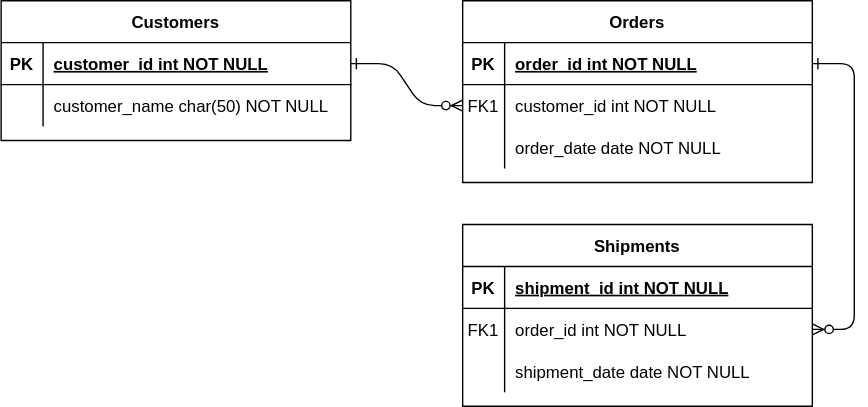
This is document/project-board-erd.svg from Leekidong1/board-project, a draw.io export, as it was before one commit. Source tidied: cells renumbered, new cells last; positions are measured from the earlier drawing's top-left corner, leaving out a move shared by most shapes. Its diagram source:
```xml
<mxGraphModel>
  <root>
    <mxCell id="0" />
    <mxCell id="1" parent="0" />
    <mxCell id="2" style="edgeStyle=entityRelationEdgeStyle;endArrow=ERzeroToMany;startArrow=ERone;endFill=1;startFill=0;" parent="1" edge="1" source="25" target="8">
      <mxGeometry relative="1" as="geometry" />
    </mxCell>
    <mxCell id="3" style="edgeStyle=entityRelationEdgeStyle;endArrow=ERzeroToMany;startArrow=ERone;endFill=1;startFill=0;" parent="1" edge="1" source="5" target="18">
      <mxGeometry relative="1" as="geometry" />
    </mxCell>
    <mxCell id="4" value="Orders" style="shape=table;startSize=30;rowLines=0;fontStyle=1;align=center;" parent="1" vertex="1">
      <mxGeometry x="330" width="250" height="130" as="geometry" />
    </mxCell>
    <mxCell id="5" style="shape=partialRectangle;fillColor=none;points=[[0,0.5],[1,0.5]];portConstraint=eastwest;top=0;left=0;right=0;bottom=1;" parent="4" vertex="1">
      <mxGeometry y="30" width="250" height="30" as="geometry" />
    </mxCell>
    <mxCell id="6" value="PK" style="shape=partialRectangle;overflow=hidden;fillColor=none;top=0;left=0;bottom=0;right=0;fontStyle=1;" parent="5" vertex="1">
      <mxGeometry width="30" height="30" as="geometry" />
    </mxCell>
    <mxCell id="7" value="order_id int NOT NULL " style="shape=partialRectangle;overflow=hidden;fillColor=none;top=0;left=0;bottom=0;right=0;align=left;spacingLeft=6;fontStyle=5;" parent="5" vertex="1">
      <mxGeometry x="30" width="220" height="30" as="geometry" />
    </mxCell>
    <mxCell id="8" style="shape=partialRectangle;fillColor=none;points=[[0,0.5],[1,0.5]];portConstraint=eastwest;top=0;left=0;right=0;bottom=0;" parent="4" vertex="1">
      <mxGeometry y="60" width="250" height="30" as="geometry" />
    </mxCell>
    <mxCell id="9" value="FK1" style="shape=partialRectangle;overflow=hidden;fillColor=none;top=0;left=0;bottom=0;right=0;" parent="8" vertex="1">
      <mxGeometry width="30" height="30" as="geometry" />
    </mxCell>
    <mxCell id="10" value="customer_id int NOT NULL" style="shape=partialRectangle;overflow=hidden;fillColor=none;top=0;left=0;bottom=0;right=0;align=left;spacingLeft=6;" parent="8" vertex="1">
      <mxGeometry x="30" width="220" height="30" as="geometry" />
    </mxCell>
    <mxCell id="11" style="shape=partialRectangle;fillColor=none;top=0;left=0;right=0;bottom=0;" parent="4" vertex="1">
      <mxGeometry y="90" width="250" height="30" as="geometry" />
    </mxCell>
    <mxCell id="12" style="shape=partialRectangle;overflow=hidden;fillColor=none;top=0;left=0;bottom=0;right=0;" parent="11" vertex="1">
      <mxGeometry width="30" height="30" as="geometry" />
    </mxCell>
    <mxCell id="13" value="order_date date NOT NULL" style="shape=partialRectangle;overflow=hidden;fillColor=none;top=0;left=0;bottom=0;right=0;align=left;spacingLeft=6;" parent="11" vertex="1">
      <mxGeometry x="30" width="220" height="30" as="geometry" />
    </mxCell>
    <mxCell id="14" value="Shipments" style="shape=table;startSize=30;rowLines=0;fontStyle=1;align=center;" parent="1" vertex="1">
      <mxGeometry x="330" y="160" width="250" height="130" as="geometry" />
    </mxCell>
    <mxCell id="15" style="shape=partialRectangle;fillColor=none;top=0;left=0;right=0;bottom=1;" parent="14" vertex="1">
      <mxGeometry y="30" width="250" height="30" as="geometry" />
    </mxCell>
    <mxCell id="16" value="PK" style="shape=partialRectangle;overflow=hidden;fillColor=none;top=0;left=0;bottom=0;right=0;fontStyle=1;" parent="15" vertex="1">
      <mxGeometry width="30" height="30" as="geometry" />
    </mxCell>
    <mxCell id="17" value="shipment_id int NOT NULL " style="shape=partialRectangle;overflow=hidden;fillColor=none;top=0;left=0;bottom=0;right=0;align=left;spacingLeft=6;fontStyle=5;" parent="15" vertex="1">
      <mxGeometry x="30" width="220" height="30" as="geometry" />
    </mxCell>
    <mxCell id="18" style="shape=partialRectangle;fillColor=none;points=[[0,0.5],[1,0.5]];portConstraint=eastwest;top=0;left=0;right=0;bottom=0;" parent="14" vertex="1">
      <mxGeometry y="60" width="250" height="30" as="geometry" />
    </mxCell>
    <mxCell id="19" value="FK1" style="shape=partialRectangle;overflow=hidden;fillColor=none;top=0;left=0;bottom=0;right=0;" parent="18" vertex="1">
      <mxGeometry width="30" height="30" as="geometry" />
    </mxCell>
    <mxCell id="20" value="order_id int NOT NULL" style="shape=partialRectangle;overflow=hidden;fillColor=none;top=0;left=0;bottom=0;right=0;align=left;spacingLeft=6;" parent="18" vertex="1">
      <mxGeometry x="30" width="220" height="30" as="geometry" />
    </mxCell>
    <mxCell id="21" style="shape=partialRectangle;fillColor=none;top=0;left=0;right=0;bottom=0;" parent="14" vertex="1">
      <mxGeometry y="90" width="250" height="30" as="geometry" />
    </mxCell>
    <mxCell id="22" style="shape=partialRectangle;overflow=hidden;fillColor=none;top=0;left=0;bottom=0;right=0;" parent="21" vertex="1">
      <mxGeometry width="30" height="30" as="geometry" />
    </mxCell>
    <mxCell id="23" value="shipment_date date NOT NULL" style="shape=partialRectangle;overflow=hidden;fillColor=none;top=0;left=0;bottom=0;right=0;align=left;spacingLeft=6;" parent="21" vertex="1">
      <mxGeometry x="30" width="220" height="30" as="geometry" />
    </mxCell>
    <mxCell id="24" value="Customers" style="shape=table;startSize=30;rowLines=0;fontStyle=1;align=center;" parent="1" vertex="1">
      <mxGeometry width="250" height="100" as="geometry" />
    </mxCell>
    <mxCell id="25" style="shape=partialRectangle;fillColor=none;points=[[0,0.5],[1,0.5]];portConstraint=eastwest;top=0;left=0;right=0;bottom=1;" parent="24" vertex="1">
      <mxGeometry y="30" width="250" height="30" as="geometry" />
    </mxCell>
    <mxCell id="26" value="PK" style="shape=partialRectangle;overflow=hidden;fillColor=none;top=0;left=0;bottom=0;right=0;fontStyle=1;" parent="25" vertex="1">
      <mxGeometry width="30" height="30" as="geometry" />
    </mxCell>
    <mxCell id="27" value="customer_id int NOT NULL " style="shape=partialRectangle;overflow=hidden;fillColor=none;top=0;left=0;bottom=0;right=0;align=left;spacingLeft=6;fontStyle=5;" parent="25" vertex="1">
      <mxGeometry x="30" width="220" height="30" as="geometry" />
    </mxCell>
    <mxCell id="28" style="shape=partialRectangle;fillColor=none;top=0;left=0;right=0;bottom=0;" parent="24" vertex="1">
      <mxGeometry y="60" width="250" height="30" as="geometry" />
    </mxCell>
    <mxCell id="29" style="shape=partialRectangle;overflow=hidden;fillColor=none;top=0;left=0;bottom=0;right=0;" parent="28" vertex="1">
      <mxGeometry width="30" height="30" as="geometry" />
    </mxCell>
    <mxCell id="30" value="customer_name char(50) NOT NULL" style="shape=partialRectangle;overflow=hidden;fillColor=none;top=0;left=0;bottom=0;right=0;align=left;spacingLeft=6;" parent="28" vertex="1">
      <mxGeometry x="30" width="220" height="30" as="geometry" />
    </mxCell>
  </root>
</mxGraphModel>
```
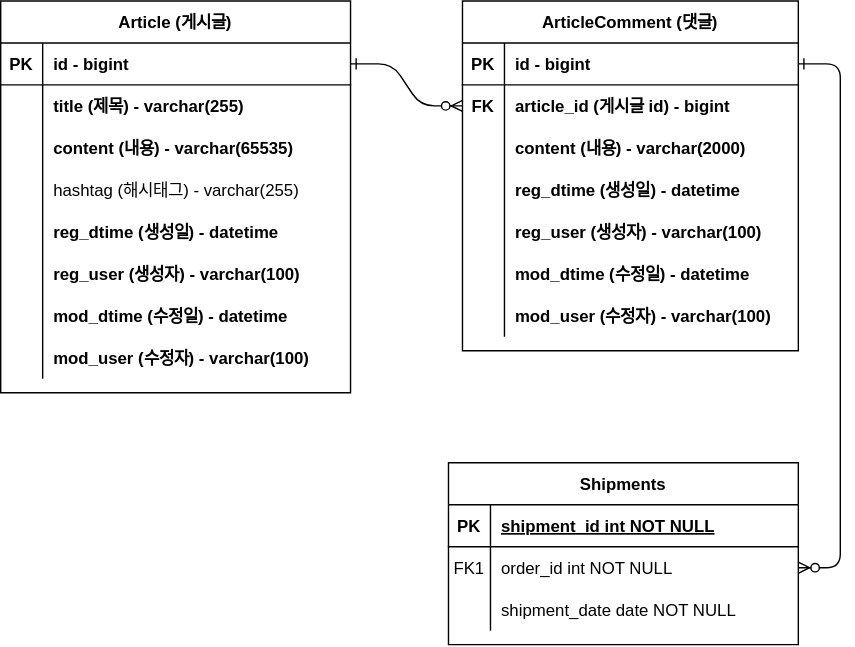
After the commit.

What changed in the source:
```diff
@@ -2,44 +2,16 @@
   <root>
     <mxCell id="0" />
     <mxCell id="1" parent="0" />
-    <mxCell id="2" style="edgeStyle=entityRelationEdgeStyle;endArrow=ERzeroToMany;startArrow=ERone;endFill=1;startFill=0;" parent="1" edge="1" source="25" target="8">
-      <mxGeometry relative="1" as="geometry" />
+    <mxCell id="2" style="edgeStyle=entityRelationEdgeStyle;endArrow=ERzeroToMany;startArrow=ERone;endFill=1;startFill=0;" parent="1" edge="1" source="25">
+      <mxGeometry relative="1" as="geometry">
+        <mxPoint x="330" y="75" as="targetPoint" />
+      </mxGeometry>
     </mxCell>
-    <mxCell id="3" style="edgeStyle=entityRelationEdgeStyle;endArrow=ERzeroToMany;startArrow=ERone;endFill=1;startFill=0;" parent="1" edge="1" source="5" target="18">
+    <mxCell id="3" style="edgeStyle=entityRelationEdgeStyle;endArrow=ERzeroToMany;startArrow=ERone;endFill=1;startFill=0;exitX=1;exitY=0.5;exitDx=0;exitDy=0;" parent="1" edge="1" source="49" target="18">
       <mxGeometry relative="1" as="geometry" />
     </mxCell>
-    <mxCell id="4" value="Orders" style="shape=table;startSize=30;rowLines=0;fontStyle=1;align=center;" parent="1" vertex="1">
-      <mxGeometry x="330" width="250" height="130" as="geometry" />
-    </mxCell>
-    <mxCell id="5" style="shape=partialRectangle;fillColor=none;points=[[0,0.5],[1,0.5]];portConstraint=eastwest;top=0;left=0;right=0;bottom=1;" parent="4" vertex="1">
-      <mxGeometry y="30" width="250" height="30" as="geometry" />
-    </mxCell>
-    <mxCell id="6" value="PK" style="shape=partialRectangle;overflow=hidden;fillColor=none;top=0;left=0;bottom=0;right=0;fontStyle=1;" parent="5" vertex="1">
-      <mxGeometry width="30" height="30" as="geometry" />
-    </mxCell>
-    <mxCell id="7" value="order_id int NOT NULL " style="shape=partialRectangle;overflow=hidden;fillColor=none;top=0;left=0;bottom=0;right=0;align=left;spacingLeft=6;fontStyle=5;" parent="5" vertex="1">
-      <mxGeometry x="30" width="220" height="30" as="geometry" />
-    </mxCell>
-    <mxCell id="8" style="shape=partialRectangle;fillColor=none;points=[[0,0.5],[1,0.5]];portConstraint=eastwest;top=0;left=0;right=0;bottom=0;" parent="4" vertex="1">
-      <mxGeometry y="60" width="250" height="30" as="geometry" />
-    </mxCell>
-    <mxCell id="9" value="FK1" style="shape=partialRectangle;overflow=hidden;fillColor=none;top=0;left=0;bottom=0;right=0;" parent="8" vertex="1">
-      <mxGeometry width="30" height="30" as="geometry" />
-    </mxCell>
-    <mxCell id="10" value="customer_id int NOT NULL" style="shape=partialRectangle;overflow=hidden;fillColor=none;top=0;left=0;bottom=0;right=0;align=left;spacingLeft=6;" parent="8" vertex="1">
-      <mxGeometry x="30" width="220" height="30" as="geometry" />
-    </mxCell>
-    <mxCell id="11" style="shape=partialRectangle;fillColor=none;top=0;left=0;right=0;bottom=0;" parent="4" vertex="1">
-      <mxGeometry y="90" width="250" height="30" as="geometry" />
-    </mxCell>
-    <mxCell id="12" style="shape=partialRectangle;overflow=hidden;fillColor=none;top=0;left=0;bottom=0;right=0;" parent="11" vertex="1">
-      <mxGeometry width="30" height="30" as="geometry" />
-    </mxCell>
-    <mxCell id="13" value="order_date date NOT NULL" style="shape=partialRectangle;overflow=hidden;fillColor=none;top=0;left=0;bottom=0;right=0;align=left;spacingLeft=6;" parent="11" vertex="1">
-      <mxGeometry x="30" width="220" height="30" as="geometry" />
-    </mxCell>
     <mxCell id="14" value="Shipments" style="shape=table;startSize=30;rowLines=0;fontStyle=1;align=center;" parent="1" vertex="1">
-      <mxGeometry x="330" y="160" width="250" height="130" as="geometry" />
+      <mxGeometry x="320" y="330" width="250" height="130" as="geometry" />
     </mxCell>
     <mxCell id="15" style="shape=partialRectangle;fillColor=none;top=0;left=0;right=0;bottom=1;" parent="14" vertex="1">
       <mxGeometry y="30" width="250" height="30" as="geometry" />
@@ -68,8 +40,8 @@
     <mxCell id="23" value="shipment_date date NOT NULL" style="shape=partialRectangle;overflow=hidden;fillColor=none;top=0;left=0;bottom=0;right=0;align=left;spacingLeft=6;" parent="21" vertex="1">
       <mxGeometry x="30" width="220" height="30" as="geometry" />
     </mxCell>
-    <mxCell id="24" value="Customers" style="shape=table;startSize=30;rowLines=0;fontStyle=1;align=center;" parent="1" vertex="1">
-      <mxGeometry width="250" height="100" as="geometry" />
+    <mxCell id="24" value="Article (게시글)" style="shape=table;startSize=30;rowLines=0;fontStyle=1;align=center;" parent="1" vertex="1">
+      <mxGeometry width="250" height="280" as="geometry" />
     </mxCell>
     <mxCell id="25" style="shape=partialRectangle;fillColor=none;points=[[0,0.5],[1,0.5]];portConstraint=eastwest;top=0;left=0;right=0;bottom=1;" parent="24" vertex="1">
       <mxGeometry y="30" width="250" height="30" as="geometry" />
@@ -77,7 +49,7 @@
     <mxCell id="26" value="PK" style="shape=partialRectangle;overflow=hidden;fillColor=none;top=0;left=0;bottom=0;right=0;fontStyle=1;" parent="25" vertex="1">
       <mxGeometry width="30" height="30" as="geometry" />
     </mxCell>
-    <mxCell id="27" value="customer_id int NOT NULL " style="shape=partialRectangle;overflow=hidden;fillColor=none;top=0;left=0;bottom=0;right=0;align=left;spacingLeft=6;fontStyle=5;" parent="25" vertex="1">
+    <mxCell id="27" value="id - bigint" style="shape=partialRectangle;overflow=hidden;fillColor=none;top=0;left=0;bottom=0;right=0;align=left;spacingLeft=6;fontStyle=1;" parent="25" vertex="1">
       <mxGeometry x="30" width="220" height="30" as="geometry" />
     </mxCell>
     <mxCell id="28" style="shape=partialRectangle;fillColor=none;top=0;left=0;right=0;bottom=0;" parent="24" vertex="1">
@@ -86,8 +58,128 @@
     <mxCell id="29" style="shape=partialRectangle;overflow=hidden;fillColor=none;top=0;left=0;bottom=0;right=0;" parent="28" vertex="1">
       <mxGeometry width="30" height="30" as="geometry" />
     </mxCell>
-    <mxCell id="30" value="customer_name char(50) NOT NULL" style="shape=partialRectangle;overflow=hidden;fillColor=none;top=0;left=0;bottom=0;right=0;align=left;spacingLeft=6;" parent="28" vertex="1">
+    <mxCell id="30" value="title (제목) - varchar(255)" style="shape=partialRectangle;overflow=hidden;fillColor=none;top=0;left=0;bottom=0;right=0;align=left;spacingLeft=6;fontStyle=1;" parent="28" vertex="1">
       <mxGeometry x="30" width="220" height="30" as="geometry" />
     </mxCell>
+    <mxCell id="11" style="shape=partialRectangle;fillColor=none;top=0;left=0;right=0;bottom=0;" parent="24" vertex="1">
+      <mxGeometry y="90" width="250" height="30" as="geometry" />
+    </mxCell>
+    <mxCell id="31" style="shape=partialRectangle;overflow=hidden;fillColor=none;top=0;left=0;bottom=0;right=0;" parent="11" vertex="1">
+      <mxGeometry width="30" height="30" as="geometry" />
+    </mxCell>
+    <mxCell id="32" value="content (내용) - varchar(65535)" style="shape=partialRectangle;overflow=hidden;fillColor=none;top=0;left=0;bottom=0;right=0;align=left;spacingLeft=6;fontStyle=1;" parent="11" vertex="1">
+      <mxGeometry x="30" width="220" height="30" as="geometry" />
+    </mxCell>
+    <mxCell id="33" style="shape=partialRectangle;fillColor=none;top=0;left=0;right=0;bottom=0;" parent="24" vertex="1">
+      <mxGeometry y="120" width="250" height="30" as="geometry" />
+    </mxCell>
+    <mxCell id="34" style="shape=partialRectangle;overflow=hidden;fillColor=none;top=0;left=0;bottom=0;right=0;" parent="33" vertex="1">
+      <mxGeometry width="30" height="30" as="geometry" />
+    </mxCell>
+    <mxCell id="35" value="hashtag (해시태그) - varchar(255)" style="shape=partialRectangle;overflow=hidden;fillColor=none;top=0;left=0;bottom=0;right=0;align=left;spacingLeft=6;" parent="33" vertex="1">
+      <mxGeometry x="30" width="220" height="30" as="geometry" />
+    </mxCell>
+    <mxCell id="36" style="shape=partialRectangle;fillColor=none;top=0;left=0;right=0;bottom=0;" parent="24" vertex="1">
+      <mxGeometry y="150" width="250" height="30" as="geometry" />
+    </mxCell>
+    <mxCell id="37" style="shape=partialRectangle;overflow=hidden;fillColor=none;top=0;left=0;bottom=0;right=0;" parent="36" vertex="1">
+      <mxGeometry width="30" height="30" as="geometry" />
+    </mxCell>
+    <mxCell id="38" value="reg_dtime (생성일) - datetime" style="shape=partialRectangle;overflow=hidden;fillColor=none;top=0;left=0;bottom=0;right=0;align=left;spacingLeft=6;fontStyle=1;" parent="36" vertex="1">
+      <mxGeometry x="30" width="220" height="30" as="geometry" />
+    </mxCell>
+    <mxCell id="39" style="shape=partialRectangle;fillColor=none;top=0;left=0;right=0;bottom=0;" parent="24" vertex="1">
+      <mxGeometry y="180" width="250" height="30" as="geometry" />
+    </mxCell>
+    <mxCell id="40" style="shape=partialRectangle;overflow=hidden;fillColor=none;top=0;left=0;bottom=0;right=0;" parent="39" vertex="1">
+      <mxGeometry width="30" height="30" as="geometry" />
+    </mxCell>
+    <mxCell id="41" value="reg_user (생성자) - varchar(100)" style="shape=partialRectangle;overflow=hidden;fillColor=none;top=0;left=0;bottom=0;right=0;align=left;spacingLeft=6;fontStyle=1;" parent="39" vertex="1">
+      <mxGeometry x="30" width="220" height="30" as="geometry" />
+    </mxCell>
+    <mxCell id="42" style="shape=partialRectangle;fillColor=none;top=0;left=0;right=0;bottom=0;" parent="24" vertex="1">
+      <mxGeometry y="210" width="250" height="30" as="geometry" />
+    </mxCell>
+    <mxCell id="43" style="shape=partialRectangle;overflow=hidden;fillColor=none;top=0;left=0;bottom=0;right=0;" parent="42" vertex="1">
+      <mxGeometry width="30" height="30" as="geometry" />
+    </mxCell>
+    <mxCell id="44" value="mod_dtime (수정일) - datetime" style="shape=partialRectangle;overflow=hidden;fillColor=none;top=0;left=0;bottom=0;right=0;align=left;spacingLeft=6;fontStyle=1;" parent="42" vertex="1">
+      <mxGeometry x="30" width="220" height="30" as="geometry" />
+    </mxCell>
+    <mxCell id="45" style="shape=partialRectangle;fillColor=none;top=0;left=0;right=0;bottom=0;" parent="24" vertex="1">
+      <mxGeometry y="240" width="250" height="30" as="geometry" />
+    </mxCell>
+    <mxCell id="46" style="shape=partialRectangle;overflow=hidden;fillColor=none;top=0;left=0;bottom=0;right=0;" parent="45" vertex="1">
+      <mxGeometry width="30" height="30" as="geometry" />
+    </mxCell>
+    <mxCell id="47" value="mod_user (수정자) - varchar(100)" style="shape=partialRectangle;overflow=hidden;fillColor=none;top=0;left=0;bottom=0;right=0;align=left;spacingLeft=6;fontStyle=1;" parent="45" vertex="1">
+      <mxGeometry x="30" width="220" height="30" as="geometry" />
+    </mxCell>
+    <mxCell id="48" value="ArticleComment (댓글)" style="shape=table;startSize=30;rowLines=0;fontStyle=1;align=center;" parent="1" vertex="1">
+      <mxGeometry x="330" width="240" height="250" as="geometry" />
+    </mxCell>
+    <mxCell id="49" style="shape=partialRectangle;fillColor=none;points=[[0,0.5],[1,0.5]];portConstraint=eastwest;top=0;left=0;right=0;bottom=1;" parent="48" vertex="1">
+      <mxGeometry y="30" width="240" height="30" as="geometry" />
+    </mxCell>
+    <mxCell id="6" value="PK" style="shape=partialRectangle;overflow=hidden;fillColor=none;top=0;left=0;bottom=0;right=0;fontStyle=1;" parent="49" vertex="1">
+      <mxGeometry width="30" height="30" as="geometry" />
+    </mxCell>
+    <mxCell id="50" value="id - bigint" style="shape=partialRectangle;overflow=hidden;fillColor=none;top=0;left=0;bottom=0;right=0;align=left;spacingLeft=6;fontStyle=1;" parent="49" vertex="1">
+      <mxGeometry x="30" width="210" height="30" as="geometry" />
+    </mxCell>
+    <mxCell id="51" style="shape=partialRectangle;fillColor=none;top=0;left=0;right=0;bottom=0;" parent="48" vertex="1">
+      <mxGeometry y="60" width="240" height="30" as="geometry" />
+    </mxCell>
+    <mxCell id="52" value="FK" style="shape=partialRectangle;overflow=hidden;fillColor=none;top=0;left=0;bottom=0;right=0;fontStyle=1;" parent="51" vertex="1">
+      <mxGeometry width="30" height="30" as="geometry" />
+    </mxCell>
+    <mxCell id="53" value="article_id (게시글 id) - bigint" style="shape=partialRectangle;overflow=hidden;fillColor=none;top=0;left=0;bottom=0;right=0;align=left;spacingLeft=6;fontStyle=1;" parent="51" vertex="1">
+      <mxGeometry x="30" width="210" height="30" as="geometry" />
+    </mxCell>
+    <mxCell id="54" style="shape=partialRectangle;fillColor=none;top=0;left=0;right=0;bottom=0;" parent="48" vertex="1">
+      <mxGeometry y="90" width="240" height="30" as="geometry" />
+    </mxCell>
+    <mxCell id="55" style="shape=partialRectangle;overflow=hidden;fillColor=none;top=0;left=0;bottom=0;right=0;" parent="54" vertex="1">
+      <mxGeometry width="30" height="30" as="geometry" />
+    </mxCell>
+    <mxCell id="56" value="content (내용) - varchar(2000)" style="shape=partialRectangle;overflow=hidden;fillColor=none;top=0;left=0;bottom=0;right=0;align=left;spacingLeft=6;fontStyle=1;" parent="54" vertex="1">
+      <mxGeometry x="30" width="210" height="30" as="geometry" />
+    </mxCell>
+    <mxCell id="57" style="shape=partialRectangle;fillColor=none;top=0;left=0;right=0;bottom=0;" parent="48" vertex="1">
+      <mxGeometry y="120" width="240" height="30" as="geometry" />
+    </mxCell>
+    <mxCell id="58" style="shape=partialRectangle;overflow=hidden;fillColor=none;top=0;left=0;bottom=0;right=0;" parent="57" vertex="1">
+      <mxGeometry width="30" height="30" as="geometry" />
+    </mxCell>
+    <mxCell id="59" value="reg_dtime (생성일) - datetime" style="shape=partialRectangle;overflow=hidden;fillColor=none;top=0;left=0;bottom=0;right=0;align=left;spacingLeft=6;fontStyle=1;" parent="57" vertex="1">
+      <mxGeometry x="30" width="210" height="30" as="geometry" />
+    </mxCell>
+    <mxCell id="60" style="shape=partialRectangle;fillColor=none;top=0;left=0;right=0;bottom=0;" parent="48" vertex="1">
+      <mxGeometry y="150" width="240" height="30" as="geometry" />
+    </mxCell>
+    <mxCell id="61" style="shape=partialRectangle;overflow=hidden;fillColor=none;top=0;left=0;bottom=0;right=0;" parent="60" vertex="1">
+      <mxGeometry width="30" height="30" as="geometry" />
+    </mxCell>
+    <mxCell id="62" value="reg_user (생성자) - varchar(100)" style="shape=partialRectangle;overflow=hidden;fillColor=none;top=0;left=0;bottom=0;right=0;align=left;spacingLeft=6;fontStyle=1;" parent="60" vertex="1">
+      <mxGeometry x="30" width="210" height="30" as="geometry" />
+    </mxCell>
+    <mxCell id="63" style="shape=partialRectangle;fillColor=none;top=0;left=0;right=0;bottom=0;" parent="48" vertex="1">
+      <mxGeometry y="180" width="240" height="30" as="geometry" />
+    </mxCell>
+    <mxCell id="64" style="shape=partialRectangle;overflow=hidden;fillColor=none;top=0;left=0;bottom=0;right=0;" parent="63" vertex="1">
+      <mxGeometry width="30" height="30" as="geometry" />
+    </mxCell>
+    <mxCell id="65" value="mod_dtime (수정일) - datetime" style="shape=partialRectangle;overflow=hidden;fillColor=none;top=0;left=0;bottom=0;right=0;align=left;spacingLeft=6;fontStyle=1;" parent="63" vertex="1">
+      <mxGeometry x="30" width="210" height="30" as="geometry" />
+    </mxCell>
+    <mxCell id="66" style="shape=partialRectangle;fillColor=none;top=0;left=0;right=0;bottom=0;" parent="48" vertex="1">
+      <mxGeometry y="210" width="240" height="30" as="geometry" />
+    </mxCell>
+    <mxCell id="67" style="shape=partialRectangle;overflow=hidden;fillColor=none;top=0;left=0;bottom=0;right=0;" parent="66" vertex="1">
+      <mxGeometry width="30" height="30" as="geometry" />
+    </mxCell>
+    <mxCell id="68" value="mod_user (수정자) - varchar(100)" style="shape=partialRectangle;overflow=hidden;fillColor=none;top=0;left=0;bottom=0;right=0;align=left;spacingLeft=6;fontStyle=1;" parent="66" vertex="1">
+      <mxGeometry x="30" width="210" height="30" as="geometry" />
+    </mxCell>
   </root>
 </mxGraphModel>
```
